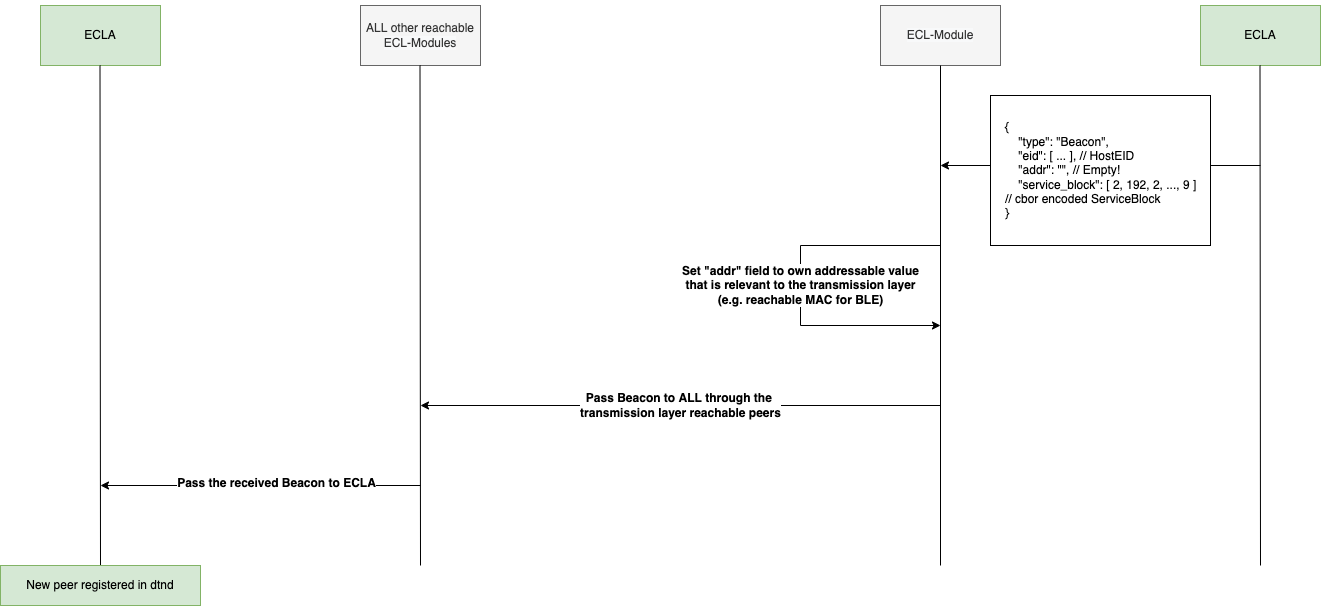
dtn7/dtn7-rs keeps this draw.io diagram as doc/ecla_fwd.drawio.png. Above is the earlier version. Source tidied: cells renumbered, new cells last; positions are measured from the earlier drawing's top-left corner, leaving out a move shared by most shapes. The source it was exported from:
```xml
<mxGraphModel>
  <root>
    <mxCell id="0" />
    <mxCell id="1" parent="0" />
    <mxCell id="2" value="ALL other reachable&lt;br&gt;&lt;span style=&quot;color: rgb(51 , 51 , 51) ; font-family: &amp;#34;helvetica&amp;#34; ; font-size: 12px ; font-style: normal ; font-weight: 400 ; letter-spacing: normal ; text-align: center ; text-indent: 0px ; text-transform: none ; word-spacing: 0px ; background-color: rgb(248 , 249 , 250) ; display: inline ; float: none&quot;&gt;ECL-Modules&lt;/span&gt;" style="rounded=0;whiteSpace=wrap;html=1;fillColor=#f5f5f5;fontColor=#333333;strokeColor=#666666;" parent="1" vertex="1">
      <mxGeometry x="360" width="120" height="60" as="geometry" />
    </mxCell>
    <mxCell id="3" value="&#10;&#10;&lt;span style=&quot;color: rgb(51, 51, 51); font-family: helvetica; font-size: 12px; font-style: normal; font-weight: 400; letter-spacing: normal; text-align: center; text-indent: 0px; text-transform: none; word-spacing: 0px; background-color: rgb(248, 249, 250); display: inline; float: none;&quot;&gt;ECL-Module&lt;/span&gt;&#10;&#10;" style="rounded=0;whiteSpace=wrap;html=1;fillColor=#f5f5f5;fontColor=#333333;strokeColor=#666666;" parent="1" vertex="1">
      <mxGeometry x="880" width="120" height="60" as="geometry" />
    </mxCell>
    <mxCell id="4" value="ECLA" style="rounded=0;whiteSpace=wrap;html=1;fillColor=#d5e8d4;strokeColor=#82b366;" parent="1" vertex="1">
      <mxGeometry x="1200" width="120" height="60" as="geometry" />
    </mxCell>
    <mxCell id="5" value="ECLA" style="rounded=0;whiteSpace=wrap;html=1;fillColor=#d5e8d4;strokeColor=#82b366;" parent="1" vertex="1">
      <mxGeometry x="40" width="120" height="60" as="geometry" />
    </mxCell>
    <mxCell id="6" style="endArrow=none;html=1;rounded=0;fontSize=12;" parent="1" edge="1">
      <mxGeometry relative="1" as="geometry">
        <mxPoint x="100" y="560" as="sourcePoint" />
        <mxPoint x="99.5" y="60" as="targetPoint" />
      </mxGeometry>
    </mxCell>
    <mxCell id="7" style="endArrow=none;html=1;rounded=0;fontSize=12;" parent="1" edge="1">
      <mxGeometry relative="1" as="geometry">
        <mxPoint x="420" y="560" as="sourcePoint" />
        <mxPoint x="419.5" y="60" as="targetPoint" />
      </mxGeometry>
    </mxCell>
    <mxCell id="8" style="endArrow=none;html=1;rounded=0;fontSize=12;" parent="1" edge="1">
      <mxGeometry relative="1" as="geometry">
        <mxPoint x="940" y="560" as="sourcePoint" />
        <mxPoint x="940" y="60" as="targetPoint" />
      </mxGeometry>
    </mxCell>
    <mxCell id="9" style="endArrow=none;html=1;rounded=0;fontSize=12;" parent="1" edge="1">
      <mxGeometry relative="1" as="geometry">
        <mxPoint x="1260" y="560" as="sourcePoint" />
        <mxPoint x="1259.5" y="60" as="targetPoint" />
      </mxGeometry>
    </mxCell>
    <mxCell id="10" style="endArrow=classic;html=1;rounded=0;fontSize=12;" parent="1" edge="1">
      <mxGeometry relative="1" as="geometry">
        <mxPoint x="1260" y="160" as="sourcePoint" />
        <mxPoint x="940" y="160" as="targetPoint" />
      </mxGeometry>
    </mxCell>
    <mxCell id="11" value="{&lt;br style=&quot;font-size: 12px&quot;&gt;&amp;nbsp; &amp;nbsp; &quot;type&quot;: &quot;Beacon&quot;,&lt;br style=&quot;font-size: 12px&quot;&gt;&amp;nbsp; &amp;nbsp; &quot;eid&quot;: [ ... ], // HostEID&lt;br style=&quot;font-size: 12px&quot;&gt;&amp;nbsp; &amp;nbsp; &quot;addr&quot;: &quot;&quot;, // Empty!&lt;br style=&quot;font-size: 12px&quot;&gt;&amp;nbsp; &amp;nbsp; &quot;service_block&quot;: [ 2, 192, 2, ..., 9 ] // cbor encoded ServiceBlock&lt;br style=&quot;font-size: 12px&quot;&gt;}" style="rounded=0;whiteSpace=wrap;html=1;labelBackgroundColor=none;labelBorderColor=none;fontSize=12;strokeColor=default;fillColor=default;gradientColor=none;align=left;verticalAlign=middle;spacing=15;" parent="1" vertex="1">
      <mxGeometry x="990" y="90" width="220" height="150" as="geometry" />
    </mxCell>
    <mxCell id="12" value="Set &quot;addr&quot; field to own addressable value&lt;br&gt;that is relevant to the transmission layer&lt;br&gt;(e.g. reachable MAC for BLE)" style="endArrow=classic;html=1;rounded=0;fontSize=12;fontStyle=1;" parent="1" edge="1">
      <mxGeometry relative="1" as="geometry">
        <mxPoint x="940" y="240" as="sourcePoint" />
        <mxPoint x="940" y="320" as="targetPoint" />
        <Array as="points">
          <mxPoint x="800" y="240" />
          <mxPoint x="800" y="320" />
        </Array>
      </mxGeometry>
    </mxCell>
    <mxCell id="13" value="&lt;font style=&quot;font-size: 12px&quot;&gt;Pass Beacon to ALL through the &lt;br&gt;transmission layer reachable peers&lt;/font&gt;" style="endArrow=classic;html=1;rounded=0;fontSize=12;fontStyle=1;spacing=2;" parent="1" edge="1">
      <mxGeometry relative="1" as="geometry">
        <mxPoint x="940" y="400" as="sourcePoint" />
        <mxPoint x="420" y="400" as="targetPoint" />
      </mxGeometry>
    </mxCell>
    <mxCell id="14" style="endArrow=classic;html=1;rounded=0;fontSize=12;" parent="1" edge="1">
      <mxGeometry relative="1" as="geometry">
        <mxPoint x="420" y="480" as="sourcePoint" />
        <mxPoint x="100" y="480" as="targetPoint" />
      </mxGeometry>
    </mxCell>
    <mxCell id="15" value="Pass the received Beacon to ECLA" style="edgeLabel;html=1;align=center;verticalAlign=middle;fontSize=12;fontStyle=1;" parent="14" vertex="1">
      <mxGeometry x="-0.09" y="-3" relative="1" as="geometry" />
    </mxCell>
    <mxCell id="16" value="New peer registered in dtnd" style="rounded=0;whiteSpace=wrap;html=1;labelBackgroundColor=none;labelBorderColor=none;fontSize=12;strokeColor=#82b366;fillColor=#d5e8d4;align=center;verticalAlign=middle;" parent="1" vertex="1">
      <mxGeometry y="560" width="200" height="40" as="geometry" />
    </mxCell>
  </root>
</mxGraphModel>
```
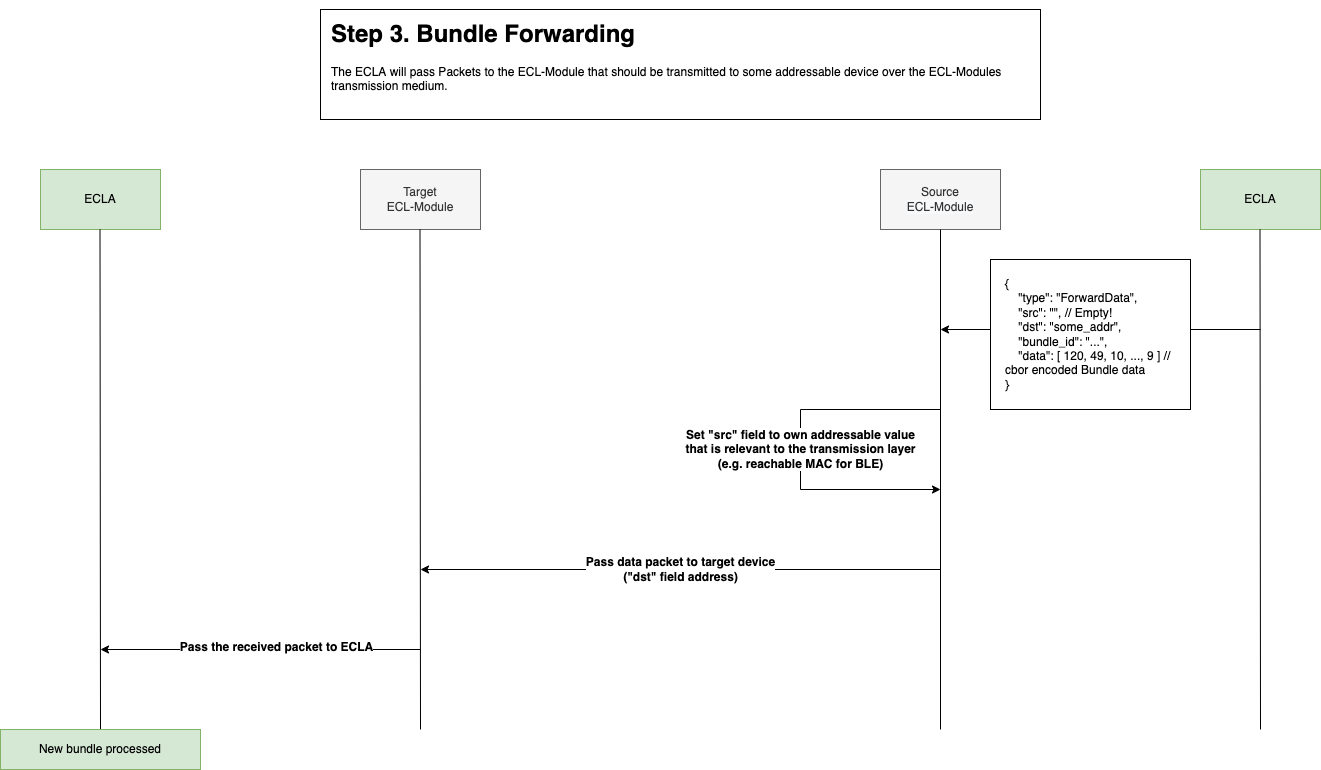
After the commit.

Commit message:
refactor: removed Packet suffix from packet structs

Change to the diagram source:
```diff
@@ -2,78 +2,81 @@
   <root>
     <mxCell id="0" />
     <mxCell id="1" parent="0" />
-    <mxCell id="2" value="ALL other reachable&lt;br&gt;&lt;span style=&quot;color: rgb(51 , 51 , 51) ; font-family: &amp;#34;helvetica&amp;#34; ; font-size: 12px ; font-style: normal ; font-weight: 400 ; letter-spacing: normal ; text-align: center ; text-indent: 0px ; text-transform: none ; word-spacing: 0px ; background-color: rgb(248 , 249 , 250) ; display: inline ; float: none&quot;&gt;ECL-Modules&lt;/span&gt;" style="rounded=0;whiteSpace=wrap;html=1;fillColor=#f5f5f5;fontColor=#333333;strokeColor=#666666;" parent="1" vertex="1">
-      <mxGeometry x="360" width="120" height="60" as="geometry" />
+    <mxCell id="2" value="&lt;h1&gt;Step 3. Bundle Forwarding&lt;/h1&gt;&lt;p&gt;The ECLA will pass Packets to the ECL-Module that should be transmitted to some addressable device over the ECL-Modules transmission medium.&lt;/p&gt;" style="text;html=1;spacing=11;spacingTop=-20;whiteSpace=wrap;overflow=hidden;rounded=0;fillColor=default;strokeColor=default;align=left;verticalAlign=middle;" parent="1" vertex="1">
+      <mxGeometry x="320" y="640" width="720" height="110" as="geometry" />
     </mxCell>
-    <mxCell id="3" value="&#10;&#10;&lt;span style=&quot;color: rgb(51, 51, 51); font-family: helvetica; font-size: 12px; font-style: normal; font-weight: 400; letter-spacing: normal; text-align: center; text-indent: 0px; text-transform: none; word-spacing: 0px; background-color: rgb(248, 249, 250); display: inline; float: none;&quot;&gt;ECL-Module&lt;/span&gt;&#10;&#10;" style="rounded=0;whiteSpace=wrap;html=1;fillColor=#f5f5f5;fontColor=#333333;strokeColor=#666666;" parent="1" vertex="1">
-      <mxGeometry x="880" width="120" height="60" as="geometry" />
+    <mxCell id="3" value="Target&lt;br&gt;ECL-Module" style="rounded=0;whiteSpace=wrap;html=1;fillColor=#f5f5f5;fontColor=#333333;strokeColor=#666666;" parent="1" vertex="1">
+      <mxGeometry x="360" y="800" width="120" height="60" as="geometry" />
     </mxCell>
-    <mxCell id="4" value="ECLA" style="rounded=0;whiteSpace=wrap;html=1;fillColor=#d5e8d4;strokeColor=#82b366;" parent="1" vertex="1">
-      <mxGeometry x="1200" width="120" height="60" as="geometry" />
+    <mxCell id="4" value="Source&lt;br&gt;&lt;span style=&quot;color: rgb(51 , 51 , 51) ; font-family: &amp;#34;helvetica&amp;#34; ; font-size: 12px ; font-style: normal ; font-weight: 400 ; letter-spacing: normal ; text-align: center ; text-indent: 0px ; text-transform: none ; word-spacing: 0px ; background-color: rgb(248 , 249 , 250) ; display: inline ; float: none&quot;&gt;ECL-Module&lt;/span&gt;" style="rounded=0;whiteSpace=wrap;html=1;fillColor=#f5f5f5;fontColor=#333333;strokeColor=#666666;" parent="1" vertex="1">
+      <mxGeometry x="880" y="800" width="120" height="60" as="geometry" />
     </mxCell>
     <mxCell id="5" value="ECLA" style="rounded=0;whiteSpace=wrap;html=1;fillColor=#d5e8d4;strokeColor=#82b366;" parent="1" vertex="1">
-      <mxGeometry x="40" width="120" height="60" as="geometry" />
+      <mxGeometry x="1200" y="800" width="120" height="60" as="geometry" />
     </mxCell>
-    <mxCell id="6" style="endArrow=none;html=1;rounded=0;fontSize=12;" parent="1" edge="1">
-      <mxGeometry relative="1" as="geometry">
-        <mxPoint x="100" y="560" as="sourcePoint" />
-        <mxPoint x="99.5" y="60" as="targetPoint" />
-      </mxGeometry>
+    <mxCell id="6" value="ECLA" style="rounded=0;whiteSpace=wrap;html=1;fillColor=#d5e8d4;strokeColor=#82b366;" parent="1" vertex="1">
+      <mxGeometry x="40" y="800" width="120" height="60" as="geometry" />
     </mxCell>
     <mxCell id="7" style="endArrow=none;html=1;rounded=0;fontSize=12;" parent="1" edge="1">
       <mxGeometry relative="1" as="geometry">
-        <mxPoint x="420" y="560" as="sourcePoint" />
-        <mxPoint x="419.5" y="60" as="targetPoint" />
+        <mxPoint x="100" y="1360" as="sourcePoint" />
+        <mxPoint x="99.5" y="860" as="targetPoint" />
       </mxGeometry>
     </mxCell>
     <mxCell id="8" style="endArrow=none;html=1;rounded=0;fontSize=12;" parent="1" edge="1">
       <mxGeometry relative="1" as="geometry">
-        <mxPoint x="940" y="560" as="sourcePoint" />
-        <mxPoint x="940" y="60" as="targetPoint" />
+        <mxPoint x="420" y="1360" as="sourcePoint" />
+        <mxPoint x="419.5" y="860" as="targetPoint" />
       </mxGeometry>
     </mxCell>
     <mxCell id="9" style="endArrow=none;html=1;rounded=0;fontSize=12;" parent="1" edge="1">
       <mxGeometry relative="1" as="geometry">
-        <mxPoint x="1260" y="560" as="sourcePoint" />
-        <mxPoint x="1259.5" y="60" as="targetPoint" />
+        <mxPoint x="940" y="1360" as="sourcePoint" />
+        <mxPoint x="940" y="860" as="targetPoint" />
       </mxGeometry>
     </mxCell>
-    <mxCell id="10" style="endArrow=classic;html=1;rounded=0;fontSize=12;" parent="1" edge="1">
+    <mxCell id="10" style="endArrow=none;html=1;rounded=0;fontSize=12;" parent="1" edge="1">
       <mxGeometry relative="1" as="geometry">
-        <mxPoint x="1260" y="160" as="sourcePoint" />
-        <mxPoint x="940" y="160" as="targetPoint" />
+        <mxPoint x="1260" y="1360" as="sourcePoint" />
+        <mxPoint x="1259.5" y="860" as="targetPoint" />
       </mxGeometry>
     </mxCell>
-    <mxCell id="11" value="{&lt;br style=&quot;font-size: 12px&quot;&gt;&amp;nbsp; &amp;nbsp; &quot;type&quot;: &quot;Beacon&quot;,&lt;br style=&quot;font-size: 12px&quot;&gt;&amp;nbsp; &amp;nbsp; &quot;eid&quot;: [ ... ], // HostEID&lt;br style=&quot;font-size: 12px&quot;&gt;&amp;nbsp; &amp;nbsp; &quot;addr&quot;: &quot;&quot;, // Empty!&lt;br style=&quot;font-size: 12px&quot;&gt;&amp;nbsp; &amp;nbsp; &quot;service_block&quot;: [ 2, 192, 2, ..., 9 ] // cbor encoded ServiceBlock&lt;br style=&quot;font-size: 12px&quot;&gt;}" style="rounded=0;whiteSpace=wrap;html=1;labelBackgroundColor=none;labelBorderColor=none;fontSize=12;strokeColor=default;fillColor=default;gradientColor=none;align=left;verticalAlign=middle;spacing=15;" parent="1" vertex="1">
-      <mxGeometry x="990" y="90" width="220" height="150" as="geometry" />
+    <mxCell id="11" style="endArrow=classic;html=1;rounded=0;fontSize=12;" parent="1" edge="1">
+      <mxGeometry relative="1" as="geometry">
+        <mxPoint x="1260" y="960" as="sourcePoint" />
+        <mxPoint x="940" y="960" as="targetPoint" />
+      </mxGeometry>
     </mxCell>
-    <mxCell id="12" value="Set &quot;addr&quot; field to own addressable value&lt;br&gt;that is relevant to the transmission layer&lt;br&gt;(e.g. reachable MAC for BLE)" style="endArrow=classic;html=1;rounded=0;fontSize=12;fontStyle=1;" parent="1" edge="1">
-      <mxGeometry relative="1" as="geometry">
-        <mxPoint x="940" y="240" as="sourcePoint" />
-        <mxPoint x="940" y="320" as="targetPoint" />
-        <Array as="points">
-          <mxPoint x="800" y="240" />
-          <mxPoint x="800" y="320" />
-        </Array>
-      </mxGeometry>
+    <mxCell id="12" value="{&lt;br style=&quot;font-size: 12px&quot;&gt;&amp;nbsp; &amp;nbsp; &quot;type&quot;: &quot;ForwardData&quot;,&lt;br style=&quot;font-size: 12px&quot;&gt;&amp;nbsp; &amp;nbsp; &quot;src&quot;: &quot;&quot;,&amp;nbsp;// Empty!&lt;br style=&quot;font-size: 12px&quot;&gt;&amp;nbsp; &amp;nbsp; &quot;dst&quot;: &quot;some_addr&quot;,&lt;br&gt;&amp;nbsp; &amp;nbsp; &quot;bundle_id&quot;: &quot;...&quot;,&amp;nbsp;&lt;br style=&quot;font-size: 12px&quot;&gt;&amp;nbsp; &amp;nbsp; &quot;data&quot;: [ 120, 49, 10, ..., 9 ] // cbor encoded Bundle data&lt;br style=&quot;font-size: 12px&quot;&gt;}" style="rounded=0;whiteSpace=wrap;html=1;labelBackgroundColor=none;labelBorderColor=none;fontSize=12;strokeColor=default;fillColor=default;gradientColor=none;align=left;verticalAlign=middle;spacing=15;" parent="1" vertex="1">
+      <mxGeometry x="990" y="890" width="200" height="150" as="geometry" />
     </mxCell>
-    <mxCell id="13" value="&lt;font style=&quot;font-size: 12px&quot;&gt;Pass Beacon to ALL through the &lt;br&gt;transmission layer reachable peers&lt;/font&gt;" style="endArrow=classic;html=1;rounded=0;fontSize=12;fontStyle=1;spacing=2;" parent="1" edge="1">
+    <mxCell id="13" value="Set &quot;src&quot; field to own addressable value&lt;br&gt;that is relevant to the transmission layer&lt;br&gt;(e.g. reachable MAC for BLE)" style="endArrow=classic;html=1;rounded=0;fontSize=12;fontStyle=1;" parent="1" edge="1">
       <mxGeometry relative="1" as="geometry">
-        <mxPoint x="940" y="400" as="sourcePoint" />
-        <mxPoint x="420" y="400" as="targetPoint" />
+        <mxPoint x="940" y="1040" as="sourcePoint" />
+        <mxPoint x="940" y="1120" as="targetPoint" />
+        <Array as="points">
+          <mxPoint x="800" y="1040" />
+          <mxPoint x="800" y="1120" />
+        </Array>
       </mxGeometry>
     </mxCell>
-    <mxCell id="14" style="endArrow=classic;html=1;rounded=0;fontSize=12;" parent="1" edge="1">
+    <mxCell id="14" value="Pass data packet to target device&lt;br&gt;(&quot;dst&quot; field address)" style="endArrow=classic;html=1;rounded=0;fontSize=12;fontStyle=1;spacing=2;" parent="1" edge="1">
       <mxGeometry relative="1" as="geometry">
-        <mxPoint x="420" y="480" as="sourcePoint" />
-        <mxPoint x="100" y="480" as="targetPoint" />
+        <mxPoint x="940" y="1200" as="sourcePoint" />
+        <mxPoint x="420" y="1200" as="targetPoint" />
       </mxGeometry>
     </mxCell>
-    <mxCell id="15" value="Pass the received Beacon to ECLA" style="edgeLabel;html=1;align=center;verticalAlign=middle;fontSize=12;fontStyle=1;" parent="14" vertex="1">
-      <mxGeometry x="-0.09" y="-3" relative="1" as="geometry" />
+    <mxCell id="15" style="endArrow=classic;html=1;rounded=0;fontSize=12;" parent="1" edge="1">
+      <mxGeometry relative="1" as="geometry">
+        <mxPoint x="420" y="1280" as="sourcePoint" />
+        <mxPoint x="100" y="1280" as="targetPoint" />
+      </mxGeometry>
     </mxCell>
-    <mxCell id="16" value="New peer registered in dtnd" style="rounded=0;whiteSpace=wrap;html=1;labelBackgroundColor=none;labelBorderColor=none;fontSize=12;strokeColor=#82b366;fillColor=#d5e8d4;align=center;verticalAlign=middle;" parent="1" vertex="1">
-      <mxGeometry y="560" width="200" height="40" as="geometry" />
+    <mxCell id="16" value="Pass the received packet to ECLA" style="edgeLabel;html=1;align=center;verticalAlign=middle;fontSize=12;fontStyle=1;" parent="15" vertex="1">
+      <mxGeometry x="-0.09" y="-3" relative="1" as="geometry" />
     </mxCell>
+    <mxCell id="17" value="New bundle processed" style="rounded=0;whiteSpace=wrap;html=1;labelBackgroundColor=none;labelBorderColor=none;fontSize=12;strokeColor=#82b366;fillColor=#d5e8d4;align=center;verticalAlign=middle;" parent="1" vertex="1">
+      <mxGeometry y="1360" width="200" height="40" as="geometry" />
+    </mxCell>
   </root>
 </mxGraphModel>
```
